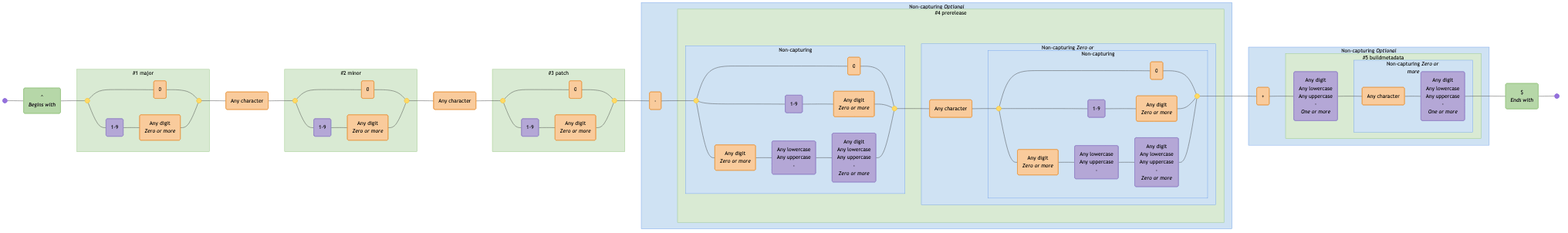
tayles/regex-to-mermaid keeps this Mermaid diagram as diagrams/semver.mermaid-diagram.png. Above is the earlier version. Its source is kept beside it as diagrams/semver.mermaid.
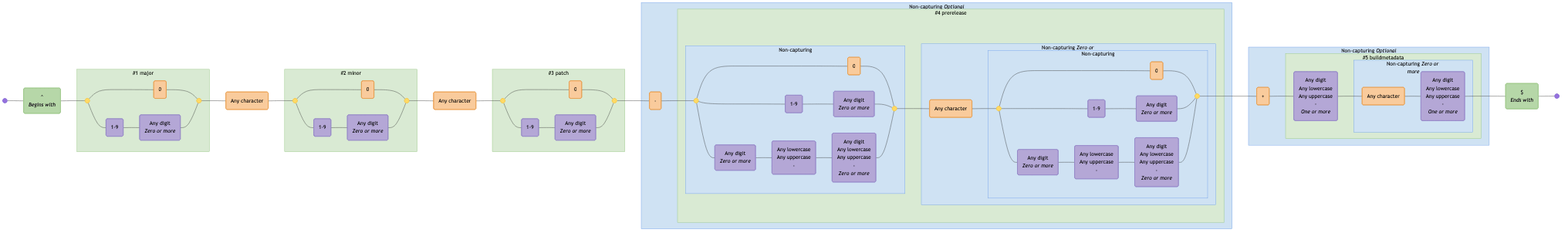
The same file after the commit.

The edit, as a diff of the source:
```diff
@@ -1,6 +1,6 @@
 graph LR
   accTitle: "Regex: ^(?<major>0|[1-9]\\d*)\\.(?<minor>0|[1-9]\\d*)\\.(?<patch>0|[1-9]\\d*)(?:-(?<prerelease>(?:0|[1-9]\\d*|\\d*[a-zA-Z-][0-9a-zA-Z-]*)(?:\\.(?:0|[1-9]\\d*|\\d*[a-zA-Z-][0-9a-zA-Z-]*))*))?(?:\\+(?<buildmetadata>[0-9a-zA-Z-]+(?:\\.[0-9a-zA-Z-]+)*))?$"
-  accDescr: "Generated with regex-to-mermaid@1.0.4"
+  accDescr: "Generated with regex-to-mermaid@1.1.0"
 
   start@{ shape: f-circ };
   fin@{ shape: f-circ };
@@ -9,41 +9,41 @@
   disjunction_end_1:::disjunction@{ shape: f-circ };
   literal_1("0"):::literal;
   char_class_1("1-9"):::char-class;
-  literal_2("Any digit<br><i>Zero or more</i>"):::literal;
-  literal_3("Any character"):::literal;
+  char_class_2("Any digit<br><i>Zero or more</i>"):::char-class;
+  literal_2("Any character"):::literal;
   disjunction_begin_2:::disjunction@{ shape: f-circ };
   disjunction_end_2:::disjunction@{ shape: f-circ };
-  literal_4("0"):::literal;
-  char_class_2("1-9"):::char-class;
-  literal_5("Any digit<br><i>Zero or more</i>"):::literal;
-  literal_6("Any character"):::literal;
+  literal_3("0"):::literal;
+  char_class_3("1-9"):::char-class;
+  char_class_4("Any digit<br><i>Zero or more</i>"):::char-class;
+  literal_4("Any character"):::literal;
   disjunction_begin_3:::disjunction@{ shape: f-circ };
   disjunction_end_3:::disjunction@{ shape: f-circ };
-  literal_7("0"):::literal;
-  char_class_3("1-9"):::char-class;
-  literal_8("Any digit<br><i>Zero or more</i>"):::literal;
-  literal_9("-"):::literal;
+  literal_5("0"):::literal;
+  char_class_5("1-9"):::char-class;
+  char_class_6("Any digit<br><i>Zero or more</i>"):::char-class;
+  literal_6("-"):::literal;
   disjunction_begin_4:::disjunction@{ shape: f-circ };
   disjunction_end_4:::disjunction@{ shape: f-circ };
-  literal_10("0"):::literal;
-  char_class_4("1-9"):::char-class;
-  literal_11("Any digit<br><i>Zero or more</i>"):::literal;
-  literal_12("Any digit<br><i>Zero or more</i>"):::literal;
-  char_class_5("Any lowercase<br>Any uppercase<br>-"):::char-class;
-  char_class_6("Any digit<br>Any lowercase<br>Any uppercase<br>-<br><i>Zero or more</i>"):::char-class;
-  literal_13("Any character"):::literal;
+  literal_7("0"):::literal;
+  char_class_7("1-9"):::char-class;
+  char_class_8("Any digit<br><i>Zero or more</i>"):::char-class;
+  char_class_9("Any digit<br><i>Zero or more</i>"):::char-class;
+  char_class_10("Any lowercase<br>Any uppercase<br>-"):::char-class;
+  char_class_11("Any digit<br>Any lowercase<br>Any uppercase<br>-<br><i>Zero or more</i>"):::char-class;
+  literal_8("Any character"):::literal;
   disjunction_begin_5:::disjunction@{ shape: f-circ };
   disjunction_end_5:::disjunction@{ shape: f-circ };
-  literal_14("0"):::literal;
-  char_class_7("1-9"):::char-class;
-  literal_15("Any digit<br><i>Zero or more</i>"):::literal;
-  literal_16("Any digit<br><i>Zero or more</i>"):::literal;
-  char_class_8("Any lowercase<br>Any uppercase<br>-"):::char-class;
-  char_class_9("Any digit<br>Any lowercase<br>Any uppercase<br>-<br><i>Zero or more</i>"):::char-class;
-  literal_17("+"):::literal;
-  char_class_10("Any digit<br>Any lowercase<br>Any uppercase<br>-<br><i>One or more</i>"):::char-class;
-  literal_18("Any character"):::literal;
-  char_class_11("Any digit<br>Any lowercase<br>Any uppercase<br>-<br><i>One or more</i>"):::char-class;
+  literal_9("0"):::literal;
+  char_class_12("1-9"):::char-class;
+  char_class_13("Any digit<br><i>Zero or more</i>"):::char-class;
+  char_class_14("Any digit<br><i>Zero or more</i>"):::char-class;
+  char_class_15("Any lowercase<br>Any uppercase<br>-"):::char-class;
+  char_class_16("Any digit<br>Any lowercase<br>Any uppercase<br>-<br><i>Zero or more</i>"):::char-class;
+  literal_10("\+"):::literal;
+  char_class_17("Any digit<br>Any lowercase<br>Any uppercase<br>-<br><i>One or more</i>"):::char-class;
+  literal_11("Any character"):::literal;
+  char_class_18("Any digit<br>Any lowercase<br>Any uppercase<br>-<br><i>One or more</i>"):::char-class;
   assertion_2("$<br><i>Ends with</i>"):::assertion;
 
   subgraph named_capture_1 ["#1 major"]
@@ -51,50 +51,50 @@
     disjunction_end_1
     literal_1
     char_class_1
-    literal_2
+    char_class_2
   end
 
   subgraph named_capture_2 ["#2 minor"]
     disjunction_begin_2
     disjunction_end_2
-    literal_4
-    char_class_2
-    literal_5
+    literal_3
+    char_class_3
+    char_class_4
   end
 
   subgraph named_capture_3 ["#3 patch"]
     disjunction_begin_3
     disjunction_end_3
-    literal_7
-    char_class_3
-    literal_8
+    literal_5
+    char_class_5
+    char_class_6
   end
 
   subgraph non_capturing_2 ["Non-capturing"]
     disjunction_begin_4
     disjunction_end_4
-    literal_10
-    char_class_4
-    literal_11
-    literal_12
-    char_class_5
-    char_class_6
+    literal_7
+    char_class_7
+    char_class_8
+    char_class_9
+    char_class_10
+    char_class_11
   end
 
   subgraph non_capturing_4 ["Non-capturing"]
     disjunction_begin_5
     disjunction_end_5
-    literal_14
-    char_class_7
-    literal_15
-    literal_16
-    char_class_8
-    char_class_9
+    literal_9
+    char_class_12
+    char_class_13
+    char_class_14
+    char_class_15
+    char_class_16
   end
 
   subgraph non_capturing_3 ["Non-capturing <i>Zero or more</i>"]
     non_capturing_4
-    literal_13
+    literal_8
   end
 
   subgraph named_capture_4 ["#4 prerelease"]
@@ -108,23 +108,23 @@
     non_capturing_4
     non_capturing_3
     named_capture_4
-    literal_9
+    literal_6
   end
 
   subgraph non_capturing_6 ["Non-capturing <i>Zero or more</i>"]
-    literal_18
-    char_class_11
+    literal_11
+    char_class_18
   end
 
   subgraph named_capture_5 ["#5 buildmetadata"]
     non_capturing_6
-    char_class_10
+    char_class_17
   end
 
   subgraph non_capturing_5 ["Non-capturing <i>Optional</i>"]
     non_capturing_6
     named_capture_5
-    literal_17
+    literal_10
   end
 
   start --- assertion_1;
@@ -132,49 +132,49 @@
   disjunction_begin_1 --- literal_1;
   literal_1 --- disjunction_end_1;
   disjunction_begin_1 --- char_class_1;
-  char_class_1 --- literal_2;
-  literal_2 --- disjunction_end_1;
-  disjunction_end_1 --- literal_3;
-  literal_3 --- disjunction_begin_2;
-  disjunction_begin_2 --- literal_4;
-  literal_4 --- disjunction_end_2;
-  disjunction_begin_2 --- char_class_2;
-  char_class_2 --- literal_5;
-  literal_5 --- disjunction_end_2;
-  disjunction_end_2 --- literal_6;
-  literal_6 --- disjunction_begin_3;
-  disjunction_begin_3 --- literal_7;
-  literal_7 --- disjunction_end_3;
-  disjunction_begin_3 --- char_class_3;
-  char_class_3 --- literal_8;
-  literal_8 --- disjunction_end_3;
-  disjunction_end_3 --- literal_9;
-  literal_9 --- disjunction_begin_4;
-  disjunction_begin_4 --- literal_10;
-  literal_10 --- disjunction_end_4;
-  disjunction_begin_4 --- char_class_4;
-  char_class_4 --- literal_11;
-  literal_11 --- disjunction_end_4;
-  disjunction_begin_4 --- literal_12;
-  literal_12 --- char_class_5;
+  char_class_1 --- char_class_2;
+  char_class_2 --- disjunction_end_1;
+  disjunction_end_1 --- literal_2;
+  literal_2 --- disjunction_begin_2;
+  disjunction_begin_2 --- literal_3;
+  literal_3 --- disjunction_end_2;
+  disjunction_begin_2 --- char_class_3;
+  char_class_3 --- char_class_4;
+  char_class_4 --- disjunction_end_2;
+  disjunction_end_2 --- literal_4;
+  literal_4 --- disjunction_begin_3;
+  disjunction_begin_3 --- literal_5;
+  literal_5 --- disjunction_end_3;
+  disjunction_begin_3 --- char_class_5;
   char_class_5 --- char_class_6;
-  char_class_6 --- disjunction_end_4;
-  disjunction_end_4 --- literal_13;
-  literal_13 --- disjunction_begin_5;
-  disjunction_begin_5 --- literal_14;
-  literal_14 --- disjunction_end_5;
-  disjunction_begin_5 --- char_class_7;
-  char_class_7 --- literal_15;
-  literal_15 --- disjunction_end_5;
-  disjunction_begin_5 --- literal_16;
-  literal_16 --- char_class_8;
-  char_class_8 --- char_class_9;
-  char_class_9 --- disjunction_end_5;
-  disjunction_end_5 --- literal_17;
-  literal_17 --- char_class_10;
-  char_class_10 --- literal_18;
-  literal_18 --- char_class_11;
-  char_class_11 --- assertion_2;
+  char_class_6 --- disjunction_end_3;
+  disjunction_end_3 --- literal_6;
+  literal_6 --- disjunction_begin_4;
+  disjunction_begin_4 --- literal_7;
+  literal_7 --- disjunction_end_4;
+  disjunction_begin_4 --- char_class_7;
+  char_class_7 --- char_class_8;
+  char_class_8 --- disjunction_end_4;
+  disjunction_begin_4 --- char_class_9;
+  char_class_9 --- char_class_10;
+  char_class_10 --- char_class_11;
+  char_class_11 --- disjunction_end_4;
+  disjunction_end_4 --- literal_8;
+  literal_8 --- disjunction_begin_5;
+  disjunction_begin_5 --- literal_9;
+  literal_9 --- disjunction_end_5;
+  disjunction_begin_5 --- char_class_12;
+  char_class_12 --- char_class_13;
+  char_class_13 --- disjunction_end_5;
+  disjunction_begin_5 --- char_class_14;
+  char_class_14 --- char_class_15;
+  char_class_15 --- char_class_16;
+  char_class_16 --- disjunction_end_5;
+  disjunction_end_5 --- literal_10;
+  literal_10 --- char_class_17;
+  char_class_17 --- literal_11;
+  literal_11 --- char_class_18;
+  char_class_18 --- assertion_2;
   assertion_2 --- fin;
 
   classDef assertion fill:#B6D7A8,stroke:#93C47D,color:#000000;
```
